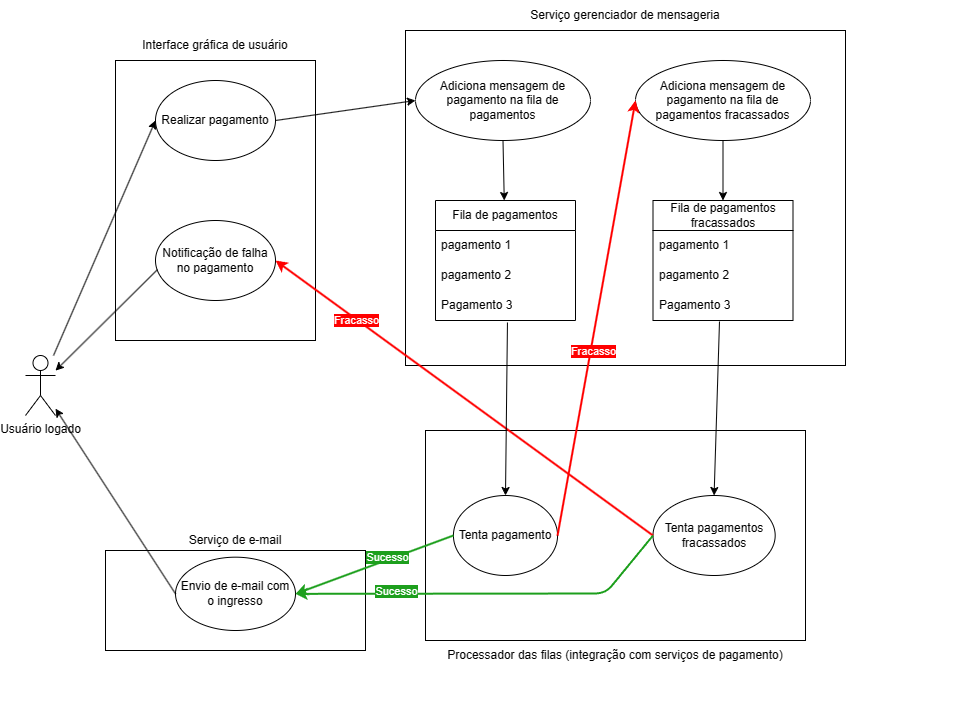
The draw.io diagram bdc-system-design.png in fe-sak/bdc-challenge-system-design, before a commit. Source tidied: cells renumbered, new cells last; positions are measured from the earlier drawing's top-left corner, leaving out a move shared by most shapes. Its diagram source:
```xml
<mxGraphModel>
  <root>
    <mxCell id="0" />
    <mxCell id="1" parent="0" />
    <mxCell id="2" value="Usuário logado" style="shape=umlActor;verticalLabelPosition=bottom;verticalAlign=top;html=1;outlineConnect=0;" parent="1" vertex="1">
      <mxGeometry y="355" width="30" height="60" as="geometry" />
    </mxCell>
    <mxCell id="3" style="rounded=0;whiteSpace=wrap;html=1;" parent="1" vertex="1">
      <mxGeometry x="90" y="60" width="200" height="280" as="geometry" />
    </mxCell>
    <mxCell id="4" value="Realizar pagamento" style="ellipse;whiteSpace=wrap;html=1;" parent="1" vertex="1">
      <mxGeometry x="130" y="80" width="120" height="80" as="geometry" />
    </mxCell>
    <mxCell id="5" value="Interface gráfica de usuário" style="text;html=1;strokeColor=none;fillColor=none;align=center;verticalAlign=middle;whiteSpace=wrap;rounded=0;" parent="1" vertex="1">
      <mxGeometry x="105" y="30" width="170" height="30" as="geometry" />
    </mxCell>
    <mxCell id="6" style="endArrow=classic;html=1;rounded=0;entryX=0;entryY=0.5;entryDx=0;entryDy=0;" parent="1" edge="1" source="2" target="4">
      <mxGeometry relative="1" as="geometry" />
    </mxCell>
    <mxCell id="7" style="rounded=0;whiteSpace=wrap;html=1;" parent="1" vertex="1">
      <mxGeometry x="380" y="30" width="440" height="335" as="geometry" />
    </mxCell>
    <mxCell id="8" value="Serviço gerenciador de mensageria" style="text;html=1;strokeColor=none;fillColor=none;align=center;verticalAlign=middle;whiteSpace=wrap;rounded=0;" parent="1" vertex="1">
      <mxGeometry x="440" width="320" height="30" as="geometry" />
    </mxCell>
    <mxCell id="9" value="Adiciona mensagem de pagamento na fila de pagamentos" style="ellipse;whiteSpace=wrap;html=1;" parent="1" vertex="1">
      <mxGeometry x="390" y="60" width="175" height="80" as="geometry" />
    </mxCell>
    <mxCell id="10" style="endArrow=classic;html=1;rounded=0;exitX=1;exitY=0.5;exitDx=0;exitDy=0;entryX=0;entryY=0.5;entryDx=0;entryDy=0;" parent="1" edge="1" source="4" target="9">
      <mxGeometry relative="1" as="geometry" />
    </mxCell>
    <mxCell id="11" value="Fila de pagamentos" style="swimlane;fontStyle=0;horizontal=1;startSize=30;whiteSpace=wrap;html=1;" parent="1" vertex="1">
      <mxGeometry x="410" y="200" width="140" height="120" as="geometry" />
    </mxCell>
    <mxCell id="12" value="pagamento 1" style="text;strokeColor=none;fillColor=none;align=left;verticalAlign=middle;spacingLeft=4;spacingRight=4;overflow=hidden;whiteSpace=wrap;html=1;" parent="11" vertex="1">
      <mxGeometry y="30" width="140" height="30" as="geometry" />
    </mxCell>
    <mxCell id="13" value="pagamento 2" style="text;strokeColor=none;fillColor=none;align=left;verticalAlign=middle;spacingLeft=4;spacingRight=4;overflow=hidden;whiteSpace=wrap;html=1;" parent="11" vertex="1">
      <mxGeometry y="60" width="140" height="30" as="geometry" />
    </mxCell>
    <mxCell id="14" value="Pagamento 3" style="text;strokeColor=none;fillColor=none;align=left;verticalAlign=middle;spacingLeft=4;spacingRight=4;overflow=hidden;points=[[0,0.5],[1,0.5]];portConstraint=eastwest;whiteSpace=wrap;html=1;" parent="11" vertex="1">
      <mxGeometry y="90" width="140" height="30" as="geometry" />
    </mxCell>
    <mxCell id="15" value="Adiciona mensagem de pagamento na fila de pagamentos fracassados" style="ellipse;whiteSpace=wrap;html=1;" parent="1" vertex="1">
      <mxGeometry x="610" y="60" width="175" height="80" as="geometry" />
    </mxCell>
    <mxCell id="16" value="Fila de pagamentos fracassados" style="swimlane;fontStyle=0;horizontal=1;startSize=30;whiteSpace=wrap;html=1;" parent="1" vertex="1">
      <mxGeometry x="627.5" y="200" width="140" height="120" as="geometry" />
    </mxCell>
    <mxCell id="17" value="pagamento 1" style="text;strokeColor=none;fillColor=none;align=left;verticalAlign=middle;spacingLeft=4;spacingRight=4;overflow=hidden;whiteSpace=wrap;html=1;" parent="16" vertex="1">
      <mxGeometry y="30" width="140" height="30" as="geometry" />
    </mxCell>
    <mxCell id="18" value="pagamento 2" style="text;strokeColor=none;fillColor=none;align=left;verticalAlign=middle;spacingLeft=4;spacingRight=4;overflow=hidden;whiteSpace=wrap;html=1;" parent="16" vertex="1">
      <mxGeometry y="60" width="140" height="30" as="geometry" />
    </mxCell>
    <mxCell id="19" value="Pagamento 3" style="text;strokeColor=none;fillColor=none;align=left;verticalAlign=middle;spacingLeft=4;spacingRight=4;overflow=hidden;points=[[0,0.5],[1,0.5]];portConstraint=eastwest;whiteSpace=wrap;html=1;" parent="16" vertex="1">
      <mxGeometry y="90" width="140" height="30" as="geometry" />
    </mxCell>
    <mxCell id="20" style="endArrow=classic;html=1;rounded=0;exitX=0.5;exitY=1;exitDx=0;exitDy=0;" parent="1" edge="1" source="9" target="11">
      <mxGeometry relative="1" as="geometry" />
    </mxCell>
    <mxCell id="21" style="endArrow=classic;html=1;rounded=0;exitX=0.5;exitY=1;exitDx=0;exitDy=0;entryX=0.5;entryY=0;entryDx=0;entryDy=0;" parent="1" edge="1" source="15" target="16">
      <mxGeometry relative="1" as="geometry" />
    </mxCell>
    <mxCell id="22" style="group;" parent="1" vertex="1">
      <mxGeometry x="440" y="420" width="510" height="280" as="geometry" />
    </mxCell>
    <mxCell id="23" style="rounded=0;whiteSpace=wrap;html=1;" parent="22" vertex="1">
      <mxGeometry x="-40" y="10" width="380" height="210" as="geometry" />
    </mxCell>
    <mxCell id="24" value="Tenta pagamento" style="ellipse;whiteSpace=wrap;html=1;" parent="22" vertex="1">
      <mxGeometry x="-12.1" y="75" width="104.1" height="80" as="geometry" />
    </mxCell>
    <mxCell id="25" value="Processador das filas (integração com serviços de pagamento)" style="text;html=1;strokeColor=none;fillColor=none;align=center;verticalAlign=middle;whiteSpace=wrap;rounded=0;" parent="22" vertex="1">
      <mxGeometry x="-28.1" y="220" width="356.2" height="30" as="geometry" />
    </mxCell>
    <mxCell id="26" value="Tenta pagamentos fracassados" style="ellipse;whiteSpace=wrap;html=1;" parent="22" vertex="1">
      <mxGeometry x="187.5" y="75" width="122.2" height="80" as="geometry" />
    </mxCell>
    <mxCell id="27" style="group;" parent="1" vertex="1">
      <mxGeometry x="80" y="530" width="260" height="120" as="geometry" />
    </mxCell>
    <mxCell id="28" style="rounded=0;whiteSpace=wrap;html=1;" parent="27" vertex="1">
      <mxGeometry y="20" width="260" height="100" as="geometry" />
    </mxCell>
    <mxCell id="29" value="Serviço de e-mail" style="text;html=1;strokeColor=none;fillColor=none;align=center;verticalAlign=middle;whiteSpace=wrap;rounded=0;" parent="27" vertex="1">
      <mxGeometry x="35" width="190" height="20" as="geometry" />
    </mxCell>
    <mxCell id="30" value="Envio de e-mail com o ingresso" style="ellipse;whiteSpace=wrap;html=1;" parent="27" vertex="1">
      <mxGeometry x="70" y="26.7" width="120" height="73.3" as="geometry" />
    </mxCell>
    <mxCell id="31" style="edgeStyle=orthogonalEdgeStyle;rounded=0;orthogonalLoop=1;jettySize=auto;html=1;exitX=0.5;exitY=1;exitDx=0;exitDy=0;" parent="27" edge="1" source="30" target="30">
      <mxGeometry relative="1" as="geometry" />
    </mxCell>
    <mxCell id="32" style="endArrow=classic;html=1;rounded=0;exitX=0;exitY=0.5;exitDx=0;exitDy=0;entryX=1;entryY=0.5;entryDx=0;entryDy=0;strokeColor=#1D9F1D;strokeWidth=2;" parent="1" edge="1" source="24" target="30">
      <mxGeometry relative="1" as="geometry" />
    </mxCell>
    <mxCell id="33" value="Sucesso" style="edgeLabel;html=1;align=center;verticalAlign=middle;labelBackgroundColor=#1D9F1D;fontColor=#FFFFFF;labelBorderColor=none;" parent="32" vertex="1">
      <mxGeometry x="-0.15" y="3" relative="1" as="geometry">
        <mxPoint y="-6" as="offset" />
      </mxGeometry>
    </mxCell>
    <mxCell id="34" style="endArrow=classic;html=1;rounded=0;exitX=0;exitY=0.5;exitDx=0;exitDy=0;" parent="1" edge="1" source="30" target="2">
      <mxGeometry relative="1" as="geometry" />
    </mxCell>
    <mxCell id="35" value="Notificação de falha no pagamento" style="ellipse;whiteSpace=wrap;html=1;" parent="1" vertex="1">
      <mxGeometry x="130" y="220" width="120" height="80" as="geometry" />
    </mxCell>
    <mxCell id="36" style="endArrow=classic;html=1;rounded=0;entryX=1;entryY=0.5;entryDx=0;entryDy=0;exitX=0;exitY=0.5;exitDx=0;exitDy=0;strokeWidth=2;strokeColor=#FF0000;" parent="1" edge="1" source="26" target="35">
      <mxGeometry relative="1" as="geometry" />
    </mxCell>
    <mxCell id="37" value="Fracasso" style="edgeLabel;html=1;align=center;verticalAlign=middle;fontColor=#ffffff;labelBackgroundColor=#FF0000;" parent="36" vertex="1">
      <mxGeometry x="-0.18" y="-2" relative="1" as="geometry">
        <mxPoint x="-144" y="-101" as="offset" />
      </mxGeometry>
    </mxCell>
    <mxCell id="38" style="endArrow=classic;html=1;rounded=0;exitX=0.017;exitY=0.613;exitDx=0;exitDy=0;exitPerimeter=0;" parent="1" edge="1" source="35" target="2">
      <mxGeometry relative="1" as="geometry" />
    </mxCell>
    <mxCell id="39" style="endArrow=classic;html=1;exitX=0;exitY=0.5;exitDx=0;exitDy=0;entryX=1;entryY=0.5;entryDx=0;entryDy=0;fillColor=#d5e8d4;strokeColor=#1D9F1D;rounded=1;strokeWidth=2;" parent="1" edge="1" source="26" target="30">
      <mxGeometry relative="1" as="geometry">
        <Array as="points">
          <mxPoint x="580" y="593" />
        </Array>
      </mxGeometry>
    </mxCell>
    <mxCell id="40" value="Sucesso" style="edgeLabel;html=1;align=center;verticalAlign=middle;fontColor=#FFFFFF;labelBackgroundColor=#1D9F1D;" parent="39" vertex="1">
      <mxGeometry x="0.32" y="-1" relative="1" as="geometry">
        <mxPoint x="-31" y="-2" as="offset" />
      </mxGeometry>
    </mxCell>
    <mxCell id="41" style="endArrow=classic;html=1;rounded=0;exitX=1;exitY=0.5;exitDx=0;exitDy=0;entryX=0;entryY=0.5;entryDx=0;entryDy=0;strokeColor=#FF0000;strokeWidth=2;" parent="1" edge="1" source="24" target="15">
      <mxGeometry relative="1" as="geometry" />
    </mxCell>
    <mxCell id="42" value="Fracasso" style="edgeLabel;html=1;align=center;verticalAlign=middle;fontColor=#FFFFFF;labelBackgroundColor=#FF0000;" parent="41" vertex="1">
      <mxGeometry x="-0.15" y="-2" relative="1" as="geometry" />
    </mxCell>
    <mxCell id="43" style="endArrow=classic;html=1;rounded=0;exitX=0.514;exitY=1.067;exitDx=0;exitDy=0;exitPerimeter=0;entryX=0.5;entryY=0;entryDx=0;entryDy=0;" parent="1" edge="1" source="14" target="24">
      <mxGeometry relative="1" as="geometry" />
    </mxCell>
    <mxCell id="44" style="endArrow=classic;html=1;rounded=0;exitX=0.475;exitY=1.033;exitDx=0;exitDy=0;exitPerimeter=0;entryX=0.5;entryY=0;entryDx=0;entryDy=0;" parent="1" edge="1" source="19" target="26">
      <mxGeometry relative="1" as="geometry" />
    </mxCell>
  </root>
</mxGraphModel>
```
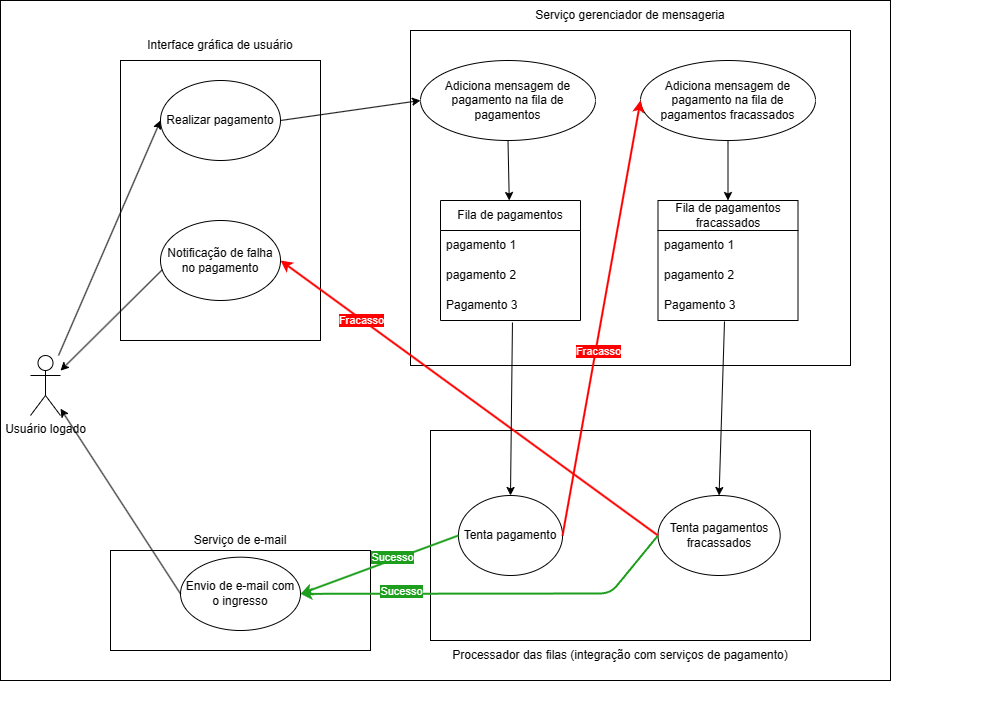
The same file after the commit.

Diff of the diagram source:
```diff
@@ -2,6 +2,9 @@
   <root>
     <mxCell id="0" />
     <mxCell id="1" parent="0" />
+    <mxCell id="45" style="rounded=0;whiteSpace=wrap;html=1;" parent="1" vertex="1">
+      <mxGeometry x="-30" width="890" height="680" as="geometry" />
+    </mxCell>
     <mxCell id="2" value="Usuário logado" style="shape=umlActor;verticalLabelPosition=bottom;verticalAlign=top;html=1;outlineConnect=0;" parent="1" vertex="1">
       <mxGeometry y="355" width="30" height="60" as="geometry" />
     </mxCell>
```
